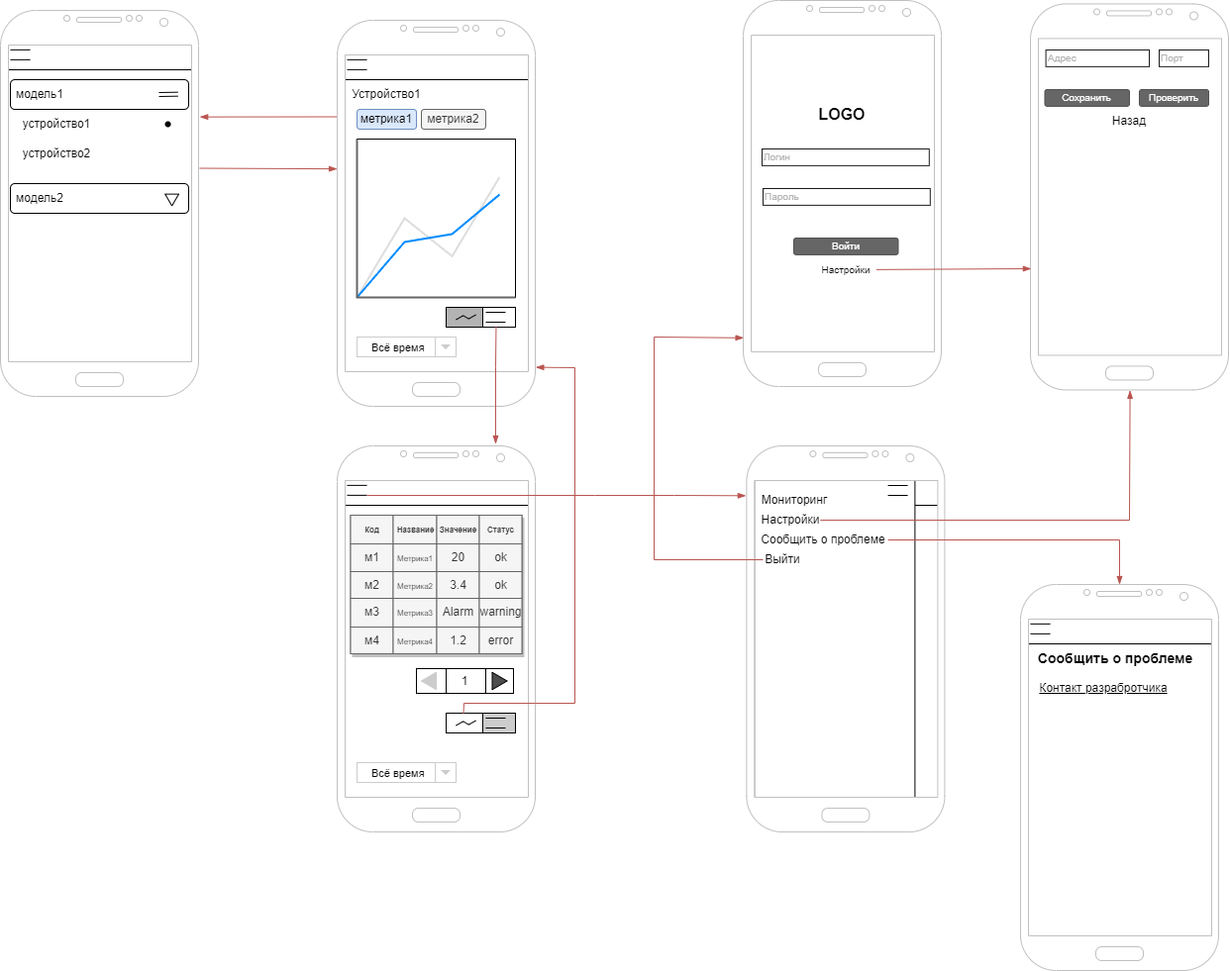
Skverno-Slov/kursach keeps this draw.io diagram as Warframe.drawio.png. Above is the earlier version. Source tidied: cells renumbered, new cells last; positions are measured from the earlier drawing's top-left corner, leaving out a move shared by most shapes.
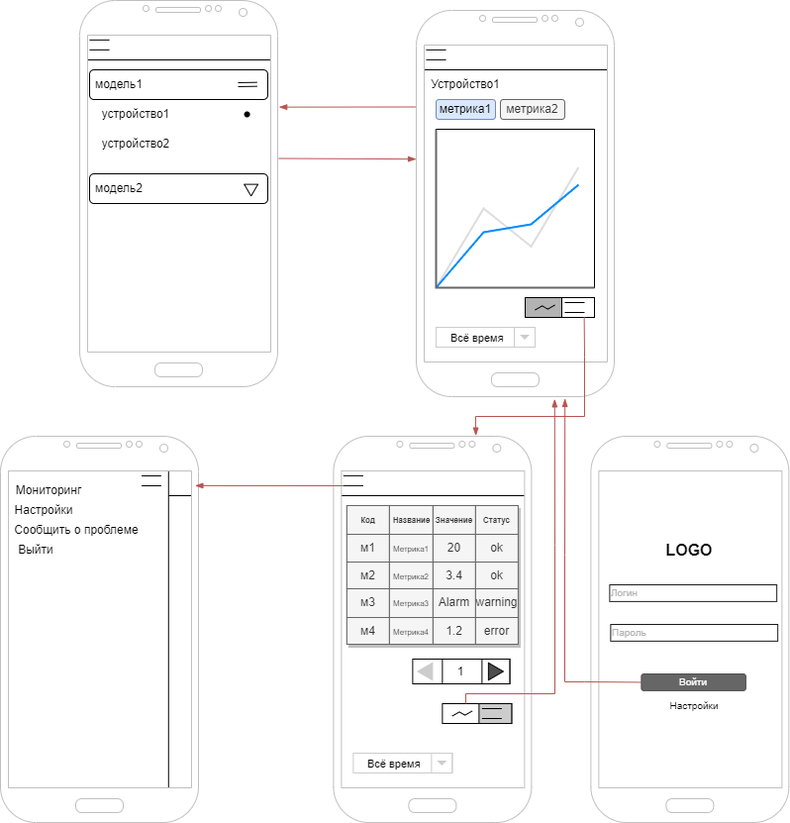
After the commit.

Diff of the diagram source:
```diff
@@ -3,125 +3,56 @@
     <mxCell id="0" />
     <mxCell id="1" parent="0" />
     <mxCell id="2" style="rounded=0;whiteSpace=wrap;html=1;" parent="1" vertex="1">
-      <mxGeometry x="760" y="480" width="190" height="30" as="geometry" />
+      <mxGeometry x="-73.6" y="480" width="190" height="30" as="geometry" />
     </mxCell>
     <mxCell id="3" style="verticalLabelPosition=bottom;verticalAlign=top;html=1;shadow=0;dashed=0;strokeWidth=1;shape=mxgraph.android.phone2;strokeColor=#c0c0c0;" parent="1" vertex="1">
-      <mxGeometry x="750" width="200" height="390" as="geometry" />
+      <mxGeometry x="516.4" y="450" width="200" height="390" as="geometry" />
     </mxCell>
     <mxCell id="4" value="Войти" style="rounded=1;html=1;shadow=0;dashed=0;whiteSpace=wrap;fontSize=10;fillColor=#666666;align=center;strokeColor=#4D4D4D;fontColor=#ffffff;" parent="1" vertex="1">
-      <mxGeometry x="801" y="240" width="105.5" height="16.9" as="geometry" />
+      <mxGeometry x="567.4" y="690" width="105.5" height="16.9" as="geometry" />
     </mxCell>
     <mxCell id="5" value="&lt;span style=&quot;font-size: 10px;&quot;&gt;Настройки&lt;/span&gt;" style="text;html=1;align=center;verticalAlign=middle;whiteSpace=wrap;rounded=0;" parent="1" vertex="1">
-      <mxGeometry x="824.4" y="256.9" width="60" height="30" as="geometry" />
+      <mxGeometry x="590.8" y="706.9" width="60" height="30" as="geometry" />
     </mxCell>
     <mxCell id="6" value="&lt;span style=&quot;font-size: 16px;&quot;&gt;&lt;b&gt;LOGO&lt;/b&gt;&lt;/span&gt;" style="text;html=1;align=center;verticalAlign=middle;whiteSpace=wrap;rounded=0;" parent="1" vertex="1">
-      <mxGeometry x="820" y="100" width="60" height="30" as="geometry" />
+      <mxGeometry x="586.4" y="550" width="60" height="30" as="geometry" />
     </mxCell>
     <mxCell id="7" value="Логин" style="whiteSpace=wrap;html=1;shadow=0;dashed=0;fontSize=10;align=left;fillColor=#FFFFFF;strokeColor=#1A1A1A;fontColor=#B3B3B3;" parent="1" vertex="1">
-      <mxGeometry x="769" y="150" width="168.8" height="16.9" as="geometry" />
+      <mxGeometry x="535.4" y="600" width="168.8" height="16.9" as="geometry" />
     </mxCell>
     <mxCell id="8" value="Пароль" style="whiteSpace=wrap;html=1;shadow=0;dashed=0;fontSize=10;align=left;fillColor=#FFFFFF;strokeColor=#1A1A1A;fontColor=#B3B3B3;" parent="1" vertex="1">
-      <mxGeometry x="770" y="190" width="168.8" height="16.9" as="geometry" />
+      <mxGeometry x="536.4" y="640" width="168.8" height="16.9" as="geometry" />
     </mxCell>
-    <mxCell id="9" style="verticalLabelPosition=bottom;verticalAlign=top;html=1;shadow=0;dashed=0;strokeWidth=1;shape=mxgraph.android.phone2;strokeColor=#c0c0c0;" parent="1" vertex="1">
-      <mxGeometry x="1040" y="3.4" width="200" height="390" as="geometry" />
-    </mxCell>
-    <mxCell id="10" value="Адрес" style="whiteSpace=wrap;html=1;shadow=0;dashed=0;fontSize=10;align=left;fillColor=#FFFFFF;strokeColor=#1A1A1A;fontColor=#B3B3B3;" parent="1" vertex="1">
-      <mxGeometry x="1055.6" y="50" width="104.4" height="16.9" as="geometry" />
-    </mxCell>
-    <mxCell id="11" value="Порт" style="whiteSpace=wrap;html=1;shadow=0;dashed=0;fontSize=10;align=left;fillColor=#FFFFFF;strokeColor=#1A1A1A;fontColor=#B3B3B3;" parent="1" vertex="1">
-      <mxGeometry x="1170" y="50" width="50" height="16.9" as="geometry" />
-    </mxCell>
-    <mxCell id="12" value="Сохранить" style="rounded=1;html=1;shadow=0;dashed=0;whiteSpace=wrap;fontSize=10;fillColor=#666666;align=center;strokeColor=#4D4D4D;fontColor=#ffffff;" parent="1" vertex="1">
-      <mxGeometry x="1054.5" y="90" width="85.5" height="16.9" as="geometry" />
-    </mxCell>
-    <mxCell id="13" value="Проверить" style="rounded=1;html=1;shadow=0;dashed=0;whiteSpace=wrap;fontSize=10;fillColor=#666666;align=center;strokeColor=#4D4D4D;fontColor=#ffffff;" parent="1" vertex="1">
-      <mxGeometry x="1150" y="90" width="70" height="16.9" as="geometry" />
-    </mxCell>
-    <mxCell id="14" value="Назад" style="text;html=1;align=center;verticalAlign=middle;whiteSpace=wrap;rounded=0;" parent="1" vertex="1">
-      <mxGeometry x="1110" y="106.9" width="60" height="30" as="geometry" />
-    </mxCell>
     <mxCell id="15" style="rounded=0;whiteSpace=wrap;html=1;" parent="1" vertex="1">
-      <mxGeometry x="761.2" y="480" width="162.2" height="330" as="geometry" />
+      <mxGeometry x="-72.4" y="480" width="162.2" height="330" as="geometry" />
     </mxCell>
-    <mxCell id="16" style="endArrow=blockThin;html=1;rounded=0;exitX=1;exitY=0.5;exitDx=0;exitDy=0;entryX=0.004;entryY=0.686;entryDx=0;entryDy=0;entryPerimeter=0;endFill=1;fillColor=#f8cecc;strokeColor=#b85450;" parent="1" edge="1" source="5" target="9">
-      <mxGeometry relative="1" as="geometry" />
-    </mxCell>
     <mxCell id="17" value="Мониторинг" style="text;html=1;align=center;verticalAlign=middle;whiteSpace=wrap;rounded=0;" parent="1" vertex="1">
-      <mxGeometry x="772.2" y="490" width="60" height="30" as="geometry" />
+      <mxGeometry x="-61.4" y="490" width="60" height="30" as="geometry" />
     </mxCell>
     <mxCell id="18" value="Настройки" style="text;html=1;align=center;verticalAlign=middle;whiteSpace=wrap;rounded=0;" parent="1" vertex="1">
-      <mxGeometry x="767.8" y="510" width="60" height="30" as="geometry" />
+      <mxGeometry x="-65.8" y="510" width="60" height="30" as="geometry" />
     </mxCell>
     <mxCell id="19" value="Выйти" style="text;html=1;align=center;verticalAlign=middle;whiteSpace=wrap;rounded=0;" parent="1" vertex="1">
-      <mxGeometry x="760" y="550" width="60" height="30" as="geometry" />
+      <mxGeometry x="-73.6" y="550" width="60" height="30" as="geometry" />
     </mxCell>
     <mxCell id="20" value="Сообщить о проблеме" style="text;html=1;align=center;verticalAlign=middle;whiteSpace=wrap;rounded=0;" parent="1" vertex="1">
-      <mxGeometry x="766.1" y="530" width="130" height="30" as="geometry" />
+      <mxGeometry x="-67.5" y="530" width="130" height="30" as="geometry" />
     </mxCell>
     <mxCell id="21" style="endArrow=none;html=1;rounded=0;" parent="1" edge="1">
       <mxGeometry relative="1" as="geometry">
-        <mxPoint x="896.1" y="500" as="sourcePoint" />
-        <mxPoint x="916.1" y="500" as="targetPoint" />
+        <mxPoint x="62.5" y="500" as="sourcePoint" />
+        <mxPoint x="82.5" y="500" as="targetPoint" />
       </mxGeometry>
     </mxCell>
     <mxCell id="22" style="endArrow=none;html=1;rounded=0;" parent="1" edge="1">
       <mxGeometry relative="1" as="geometry">
-        <mxPoint x="896.1" y="490" as="sourcePoint" />
-        <mxPoint x="916.1" y="490" as="targetPoint" />
+        <mxPoint x="62.5" y="490" as="sourcePoint" />
+        <mxPoint x="82.5" y="490" as="targetPoint" />
       </mxGeometry>
     </mxCell>
     <mxCell id="23" style="verticalLabelPosition=bottom;verticalAlign=top;html=1;shadow=0;dashed=0;strokeWidth=1;shape=mxgraph.android.phone2;strokeColor=#c0c0c0;" parent="1" vertex="1">
-      <mxGeometry x="753.4" y="450" width="200" height="390" as="geometry" />
+      <mxGeometry x="-80" y="450" width="200" height="390" as="geometry" />
     </mxCell>
-    <mxCell id="24" style="endArrow=blockThin;html=1;rounded=0;endFill=1;entryX=0.003;entryY=0.874;entryDx=0;entryDy=0;entryPerimeter=0;fillColor=#f8cecc;strokeColor=#b85450;" parent="1" edge="1" target="3">
-      <mxGeometry relative="1" as="geometry">
-        <mxPoint x="770" y="565" as="sourcePoint" />
-        <Array as="points">
-          <mxPoint x="660" y="565" />
-          <mxPoint x="660" y="340" />
-        </Array>
-      </mxGeometry>
-    </mxCell>
-    <mxCell id="25" style="endArrow=blockThin;html=1;rounded=0;endFill=1;exitX=1;exitY=0.5;exitDx=0;exitDy=0;entryX=0.503;entryY=1.001;entryDx=0;entryDy=0;entryPerimeter=0;fillColor=#f8cecc;strokeColor=#b85450;" parent="1" edge="1" source="18" target="9">
-      <mxGeometry relative="1" as="geometry">
-        <Array as="points">
-          <mxPoint x="1140" y="525" />
-        </Array>
-      </mxGeometry>
-    </mxCell>
-    <mxCell id="26" style="rounded=0;whiteSpace=wrap;html=1;" parent="1" vertex="1">
-      <mxGeometry x="1033.6" y="620" width="192.8" height="30" as="geometry" />
-    </mxCell>
-    <mxCell id="27" style="verticalLabelPosition=bottom;verticalAlign=top;html=1;shadow=0;dashed=0;strokeWidth=1;shape=mxgraph.android.phone2;strokeColor=#c0c0c0;" parent="1" vertex="1">
-      <mxGeometry x="1030" y="590" width="200" height="390" as="geometry" />
-    </mxCell>
-    <mxCell id="28" style="endArrow=none;html=1;rounded=0;" parent="1" edge="1">
-      <mxGeometry relative="1" as="geometry">
-        <mxPoint x="1040" y="639.9" as="sourcePoint" />
-        <mxPoint x="1060" y="639.9" as="targetPoint" />
-      </mxGeometry>
-    </mxCell>
-    <mxCell id="29" style="endArrow=none;html=1;rounded=0;" parent="1" edge="1">
-      <mxGeometry relative="1" as="geometry">
-        <mxPoint x="1040" y="629.9" as="sourcePoint" />
-        <mxPoint x="1060" y="629.9" as="targetPoint" />
-      </mxGeometry>
-    </mxCell>
-    <mxCell id="30" value="&lt;font size=&quot;1&quot; style=&quot;&quot;&gt;&lt;b style=&quot;font-size: 14px;&quot;&gt;Сообщить о проблеме&lt;/b&gt;&lt;/font&gt;" style="text;html=1;align=center;verticalAlign=middle;whiteSpace=wrap;rounded=0;" parent="1" vertex="1">
-      <mxGeometry x="1026.4" y="650" width="200" height="30" as="geometry" />
-    </mxCell>
-    <mxCell id="31" value="&lt;u&gt;Контакт разрабротчика&lt;/u&gt;" style="text;html=1;align=center;verticalAlign=middle;whiteSpace=wrap;rounded=0;" parent="1" vertex="1">
-      <mxGeometry x="1033.6" y="680" width="160" height="30" as="geometry" />
-    </mxCell>
-    <mxCell id="32" style="endArrow=blockThin;html=1;rounded=0;endFill=1;exitX=1;exitY=0.5;exitDx=0;exitDy=0;fillColor=#f8cecc;strokeColor=#b85450;" parent="1" edge="1" source="20">
-      <mxGeometry relative="1" as="geometry">
-        <mxPoint x="1130" y="590" as="targetPoint" />
-        <Array as="points">
-          <mxPoint x="1130" y="545" />
-        </Array>
-      </mxGeometry>
-    </mxCell>
     <mxCell id="33" style="rounded=0;whiteSpace=wrap;html=1;" parent="1" vertex="1">
       <mxGeometry x="343.6" y="50" width="192.8" height="30" as="geometry" />
     </mxCell>
@@ -141,22 +72,22 @@
       <mxGeometry x="340" y="20" width="200" height="390" as="geometry" />
     </mxCell>
     <mxCell id="37" style="rounded=0;whiteSpace=wrap;html=1;" parent="1" vertex="1">
-      <mxGeometry x="343.6" y="480" width="192.8" height="30" as="geometry" />
+      <mxGeometry x="260" y="480" width="192.8" height="30" as="geometry" />
     </mxCell>
     <mxCell id="38" style="endArrow=none;html=1;rounded=0;" parent="1" edge="1">
       <mxGeometry relative="1" as="geometry">
-        <mxPoint x="350" y="499.9" as="sourcePoint" />
-        <mxPoint x="370" y="499.9" as="targetPoint" />
+        <mxPoint x="266.4" y="499.9" as="sourcePoint" />
+        <mxPoint x="286.4" y="499.9" as="targetPoint" />
       </mxGeometry>
     </mxCell>
     <mxCell id="39" style="endArrow=none;html=1;rounded=0;" parent="1" edge="1">
       <mxGeometry relative="1" as="geometry">
-        <mxPoint x="350" y="489.9" as="sourcePoint" />
-        <mxPoint x="370" y="489.9" as="targetPoint" />
+        <mxPoint x="266.4" y="489.9" as="sourcePoint" />
+        <mxPoint x="286.4" y="489.9" as="targetPoint" />
       </mxGeometry>
     </mxCell>
     <mxCell id="40" style="verticalLabelPosition=bottom;verticalAlign=top;html=1;shadow=0;dashed=0;strokeWidth=1;shape=mxgraph.android.phone2;strokeColor=#c0c0c0;" parent="1" vertex="1">
-      <mxGeometry x="340" y="450" width="200" height="390" as="geometry" />
+      <mxGeometry x="256.4" y="450" width="200" height="390" as="geometry" />
     </mxCell>
     <mxCell id="41" style="rounded=0;whiteSpace=wrap;html=1;" parent="1" vertex="1">
       <mxGeometry x="3.6" y="40" width="192.8" height="30" as="geometry" />
@@ -176,13 +107,9 @@
     <mxCell id="44" style="verticalLabelPosition=bottom;verticalAlign=top;html=1;shadow=0;dashed=0;strokeWidth=1;shape=mxgraph.android.phone2;strokeColor=#c0c0c0;" parent="1" vertex="1">
       <mxGeometry y="10" width="200" height="390" as="geometry" />
     </mxCell>
-    <mxCell id="45" style="endArrow=blockThin;html=1;rounded=0;endFill=1;entryX=-0.003;entryY=0.129;entryDx=0;entryDy=0;entryPerimeter=0;fillColor=#f8cecc;strokeColor=#b85450;" parent="1" edge="1" target="23">
+    <mxCell id="45" style="endArrow=blockThin;html=1;rounded=0;endFill=1;fillColor=#f8cecc;strokeColor=#b85450;entryX=0.982;entryY=0.128;entryDx=0;entryDy=0;entryPerimeter=0;" parent="1" edge="1" target="23">
       <mxGeometry relative="1" as="geometry">
-        <mxPoint x="370" y="500" as="sourcePoint" />
-        <Array as="points">
-          <mxPoint x="600" y="500" />
-          <mxPoint x="680" y="500" />
-        </Array>
+        <mxPoint x="266.4" y="500" as="sourcePoint" />
       </mxGeometry>
     </mxCell>
     <mxCell id="46" style="verticalLabelPosition=bottom;shadow=0;dashed=0;align=center;html=1;verticalAlign=top;strokeWidth=1;shape=mxgraph.mockup.graphics.lineChart;strokeColor=default;strokeColor2=#666666;strokeColor3=#008cff;strokeColor4=#dddddd;" parent="1" vertex="1">
@@ -228,7 +155,7 @@
       <mxGeometry x="425" y="110" width="65" height="20" as="geometry" />
     </mxCell>
     <mxCell id="57" value="Assets" style="strokeColor=#666666;fillColor=#f5f5f5;shadow=1;fontColor=#333333;" parent="1" vertex="1">
-      <mxGeometry x="353.5" y="520" width="173" height="140" as="geometry" />
+      <mxGeometry x="269.9" y="520" width="173" height="140" as="geometry" />
     </mxCell>
     <mxCell id="58" style="shape=tableRow;horizontal=0;startSize=0;swimlaneHead=0;swimlaneBody=0;top=0;left=0;bottom=0;right=0;fontStyle=0;strokeColor=#666666;fillColor=#f5f5f5;fontColor=#333333;" parent="57" vertex="1">
       <mxGeometry width="173" height="29" as="geometry" />
@@ -306,7 +233,7 @@
       <mxGeometry x="130" width="43" height="27" as="geometry" />
     </mxCell>
     <mxCell id="83" style="dashed=0;align=center;fontSize=12;shape=rect;fillColor=#ffffff;strokeColor=#cccccc;" parent="1" vertex="1">
-      <mxGeometry x="360" y="770" width="100" height="20" as="geometry" />
+      <mxGeometry x="276.4" y="770" width="100" height="20" as="geometry" />
     </mxCell>
     <mxCell id="84" value="&lt;font style=&quot;font-size: 11px;&quot;&gt;Всё время&lt;/font&gt;" style="text;fontColor=#000000;verticalAlign=middle;spacingLeft=13;fontSize=14;html=1;whiteSpace=wrap;align=left;" parent="83" vertex="1">
       <mxGeometry width="100" height="20" as="geometry" />
@@ -322,7 +249,7 @@
       </mxGeometry>
     </mxCell>
     <mxCell id="87" style="dashed=0;align=center;fontSize=12;shape=rect;fillColor=#FFFFFF;strokeColor=#000000;" parent="1" vertex="1">
-      <mxGeometry x="450" y="720" width="70" height="20" as="geometry" />
+      <mxGeometry x="366.4" y="720" width="70" height="20" as="geometry" />
     </mxCell>
     <mxCell id="88" style="shape=rect;fillColor=#CCCCCC;strokeColor=#000000;" parent="87" vertex="1">
       <mxGeometry x="1" width="33" height="20" relative="1" as="geometry">
@@ -339,38 +266,38 @@
       <mxGeometry x="40" y="5" width="20" height="10" as="geometry" />
     </mxCell>
     <mxCell id="91" style="rounded=0;whiteSpace=wrap;html=1;" parent="1" vertex="1">
-      <mxGeometry x="420" y="675" width="98" height="25" as="geometry" />
+      <mxGeometry x="336.4" y="675" width="98" height="25" as="geometry" />
     </mxCell>
     <mxCell id="92" style="rounded=0;whiteSpace=wrap;html=1;" parent="1" vertex="1">
-      <mxGeometry x="450" y="675" width="68" height="25" as="geometry" />
+      <mxGeometry x="366.4" y="675" width="68" height="25" as="geometry" />
     </mxCell>
     <mxCell id="93" style="rounded=0;whiteSpace=wrap;html=1;" parent="1" vertex="1">
-      <mxGeometry x="490" y="675" width="28" height="25" as="geometry" />
+      <mxGeometry x="406.4" y="675" width="28" height="25" as="geometry" />
     </mxCell>
     <mxCell id="94" value="1" style="text;html=1;align=center;verticalAlign=middle;whiteSpace=wrap;rounded=0;" parent="1" vertex="1">
-      <mxGeometry x="439" y="672.5" width="60" height="30" as="geometry" />
+      <mxGeometry x="355.4" y="672.5" width="60" height="30" as="geometry" />
     </mxCell>
     <mxCell id="95" style="triangle;whiteSpace=wrap;html=1;fillColor=#4D4D4D;" parent="1" vertex="1">
-      <mxGeometry x="496.5" y="678.8" width="15" height="17.5" as="geometry" />
+      <mxGeometry x="412.9" y="678.8" width="15" height="17.5" as="geometry" />
     </mxCell>
     <mxCell id="96" style="triangle;whiteSpace=wrap;html=1;rotation=-180;fillColor=#CCCCCC;fontColor=#333333;strokeColor=#CCCCCC;" parent="1" vertex="1">
-      <mxGeometry x="425" y="678.8" width="15" height="17.5" as="geometry" />
+      <mxGeometry x="341.4" y="678.8" width="15" height="17.5" as="geometry" />
     </mxCell>
-    <mxCell id="97" style="endArrow=blockThin;html=1;rounded=0;endFill=1;fillColor=#f8cecc;strokeColor=#b85450;exitX=0.408;exitY=0.971;exitDx=0;exitDy=0;exitPerimeter=0;" parent="1" edge="1" source="52">
+    <mxCell id="97" style="endArrow=blockThin;html=1;rounded=0;endFill=1;fillColor=#f8cecc;strokeColor=#b85450;exitX=0.686;exitY=0.977;exitDx=0;exitDy=0;exitPerimeter=0;entryX=0.719;entryY=-0.001;entryDx=0;entryDy=0;entryPerimeter=0;" parent="1" edge="1" source="52" target="40">
       <mxGeometry relative="1" as="geometry">
-        <mxPoint x="500" y="448" as="targetPoint" />
         <Array as="points">
-          <mxPoint x="500" y="370" />
+          <mxPoint x="510" y="370" />
+          <mxPoint x="510" y="430" />
+          <mxPoint x="400" y="430" />
         </Array>
       </mxGeometry>
     </mxCell>
-    <mxCell id="98" style="endArrow=blockThin;html=1;rounded=0;endFill=1;fillColor=#f8cecc;strokeColor=#b85450;exitX=0.25;exitY=0;exitDx=0;exitDy=0;entryX=1.002;entryY=0.899;entryDx=0;entryDy=0;entryPerimeter=0;" parent="1" edge="1" source="87" target="36">
+    <mxCell id="98" style="endArrow=blockThin;html=1;rounded=0;endFill=1;fillColor=#f8cecc;strokeColor=#b85450;exitX=0.338;exitY=-0.005;exitDx=0;exitDy=0;entryX=0.699;entryY=1.006;entryDx=0;entryDy=0;entryPerimeter=0;exitPerimeter=0;" parent="1" edge="1" source="87" target="36">
       <mxGeometry relative="1" as="geometry">
         <Array as="points">
-          <mxPoint x="468" y="710" />
-          <mxPoint x="540" y="710" />
-          <mxPoint x="580" y="710" />
-          <mxPoint x="580" y="371" />
+          <mxPoint x="390" y="710" />
+          <mxPoint x="480" y="710" />
+          <mxPoint x="480" y="560" />
         </Array>
       </mxGeometry>
     </mxCell>
@@ -413,5 +340,14 @@
     <mxCell id="110" style="endArrow=blockThin;html=1;rounded=0;endFill=1;entryX=0;entryY=0.385;entryDx=0;entryDy=0;entryPerimeter=0;fillColor=#f8cecc;strokeColor=#b85450;exitX=1.006;exitY=0.409;exitDx=0;exitDy=0;exitPerimeter=0;" parent="1" edge="1" source="44" target="36">
       <mxGeometry relative="1" as="geometry" />
     </mxCell>
+    <mxCell id="111" style="endArrow=blockThin;html=1;rounded=0;endFill=1;fillColor=#f8cecc;strokeColor=#b85450;exitX=0;exitY=0.5;exitDx=0;exitDy=0;entryX=0.751;entryY=1.005;entryDx=0;entryDy=0;entryPerimeter=0;" parent="1" edge="1" source="4" target="36">
+      <mxGeometry relative="1" as="geometry">
+        <Array as="points">
+          <mxPoint x="510" y="698" />
+          <mxPoint x="490" y="698" />
+          <mxPoint x="490" y="570" />
+        </Array>
+      </mxGeometry>
+    </mxCell>
   </root>
 </mxGraphModel>
```
